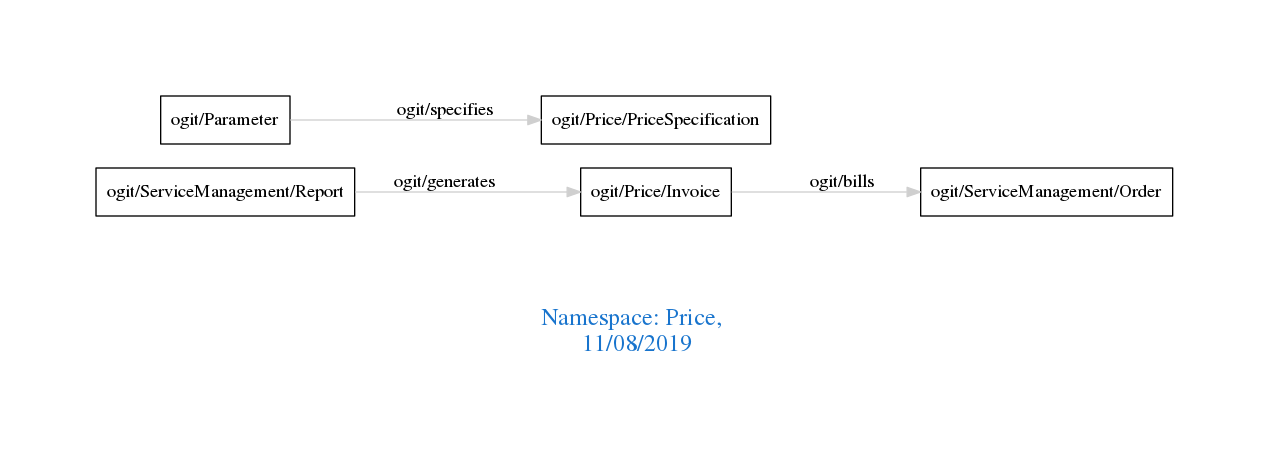
Earlier version of the Graphviz export downloads/Price.png (arago/OGIT). Its source is kept beside it as downloads/Price.dot.
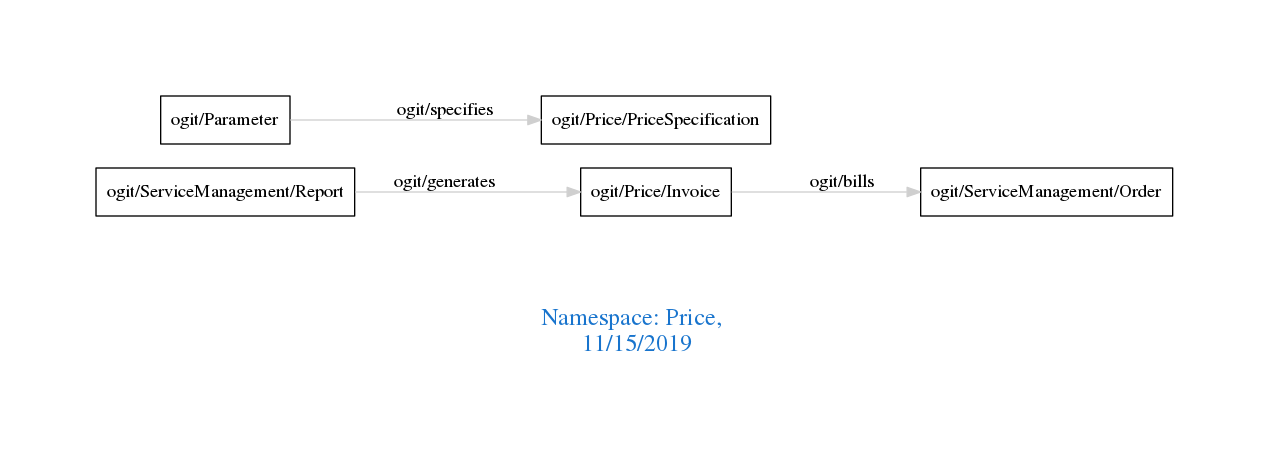
After the commit.

Change to the diagram source:
```diff
@@ -1,7 +1,7 @@
 digraph OGIT_ontology {
  graph [ rankdir= LR,pad=1
 fontsize = 18,
-fontcolor= dodgerblue3,label = "\n\n\nNamespace: Price, \n 11/08/2019"];
+fontcolor= dodgerblue3,label = "\n\n\nNamespace: Price, \n 11/15/2019"];
 node[shape=polygon];
 edge [  color="gray81"];
 
```
